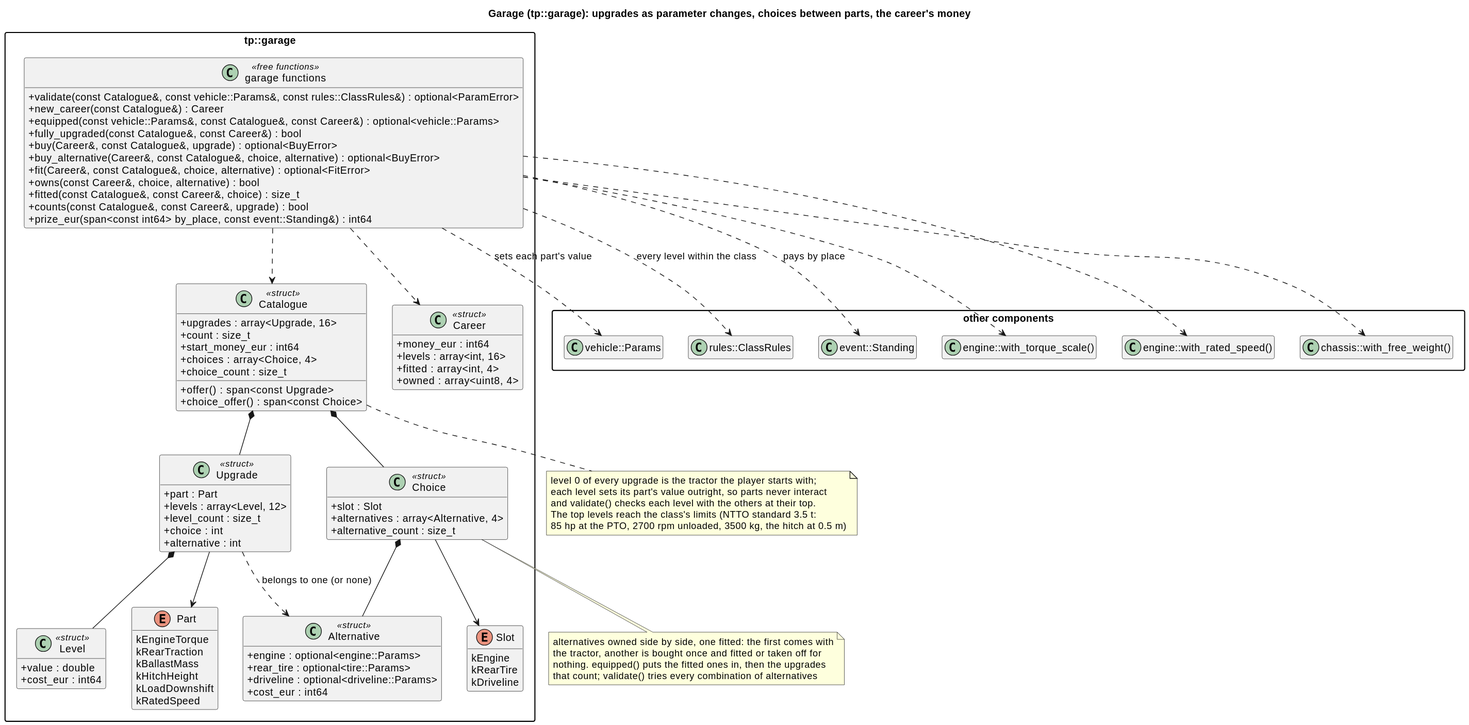
wversteeg/TractorPulling keeps this PlantUML diagram as docs/diagrams/svg/garage_classes.svg. Above is the earlier version.
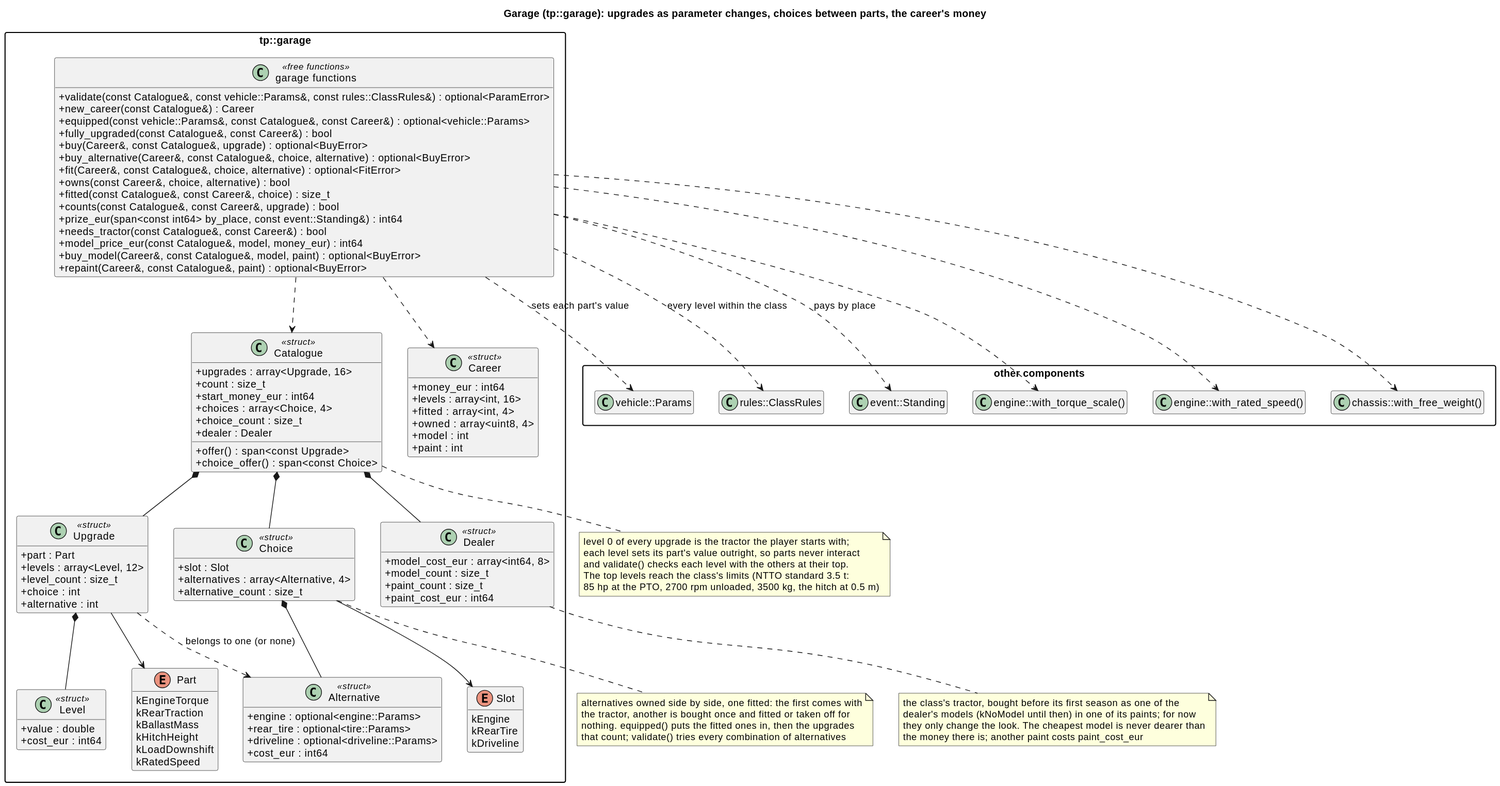
After the commit.

The edit, as a diff of the source:
```diff
@@ -49,12 +49,19 @@
     +alternatives : array<Alternative, 4>
     +alternative_count : size_t
   }
+  class Dealer <<struct>> {
+    +model_cost_eur : array<int64, 8>
+    +model_count : size_t
+    +paint_count : size_t
+    +paint_cost_eur : int64
+  }
   class Catalogue <<struct>> {
     +upgrades : array<Upgrade, 16>
     +count : size_t
     +start_money_eur : int64
     +choices : array<Choice, 4>
     +choice_count : size_t
+    +dealer : Dealer
     +offer() : span<const Upgrade>
     +choice_offer() : span<const Choice>
   }
@@ -63,6 +70,8 @@
     +levels : array<int, 16>
     +fitted : array<int, 4>
     +owned : array<uint8, 4>
+    +model : int
+    +paint : int
   }
   class "garage functions" as GarageFns <<free functions>> {
     +validate(const Catalogue&, const vehicle::Params&, const rules::ClassRules&) : optional<ParamError>
@@ -76,9 +85,14 @@
     +fitted(const Catalogue&, const Career&, choice) : size_t
     +counts(const Catalogue&, const Career&, upgrade) : bool
     +prize_eur(span<const int64> by_place, const event::Standing&) : int64
+    +needs_tractor(const Catalogue&, const Career&) : bool
+    +model_price_eur(const Catalogue&, model, money_eur) : int64
+    +buy_model(Career&, const Catalogue&, model, paint) : optional<BuyError>
+    +repaint(Career&, const Catalogue&, paint) : optional<BuyError>
   }
   Catalogue *-- Upgrade
   Catalogue *-- Choice
+  Catalogue *-- Dealer
   Choice *-- Alternative
   Choice --> Slot
   Upgrade *-- Level
@@ -100,6 +114,12 @@
   The top levels reach the class's limits (NTTO standard 3.5 t:
   85 hp at the PTO, 2700 rpm unloaded, 3500 kg, the hitch at 0.5 m)
 end note
+note bottom of Dealer
+  the class's tractor, bought before its first season as one of the
+  dealer's models (kNoModel until then) in one of its paints; for now
+  they only change the look. The cheapest model is never dearer than
+  the money there is; another paint costs paint_cost_eur
+end note
 note bottom of Choice
   alternatives owned side by side, one fitted: the first comes with
   the tractor, another is bought once and fitted or taken off for
```
